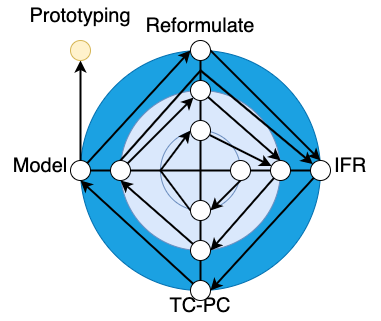
max-talanov/1 keeps this draw.io diagram as AI_Neurotechnologies_bla_bla_bla_course/Innovation_methodology-2_spiral.png. Above is the earlier version. Source tidied: cells renumbered, new cells last; positions are measured from the earlier drawing's top-left corner, leaving out a move shared by most shapes.
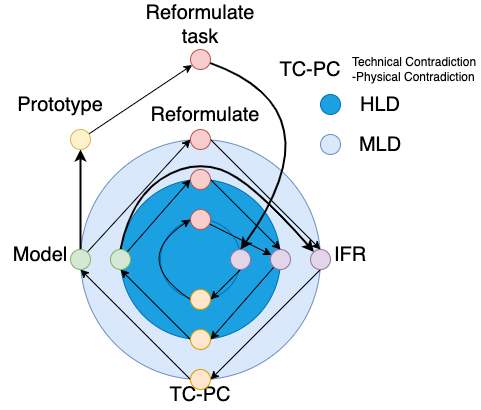
The same diagram one commit later.

Commit message:
corrected 2 spiral and LS

Diff of the diagram source:
```diff
@@ -2,26 +2,15 @@
   <root>
     <mxCell id="0" />
     <mxCell id="1" parent="0" />
-    <mxCell id="2" style="ellipse;whiteSpace=wrap;html=1;fontSize=20;fillColor=#1ba1e2;strokeColor=#006EAF;fontColor=#ffffff;" parent="1" vertex="1">
+    <mxCell id="2" style="ellipse;whiteSpace=wrap;html=1;fontSize=20;fillColor=#dae8fc;strokeColor=#6c8ebf;strokeWidth=1;" parent="1" vertex="1">
       <mxGeometry x="80" y="50" width="240" height="240" as="geometry" />
     </mxCell>
-    <mxCell id="3" style="ellipse;whiteSpace=wrap;html=1;fontSize=20;fillColor=#dae8fc;strokeColor=#6c8ebf;" parent="1" vertex="1">
+    <mxCell id="3" style="ellipse;whiteSpace=wrap;html=1;fontSize=20;fillColor=#1ba1e2;strokeColor=#006EAF;fontColor=#ffffff;" parent="1" vertex="1">
       <mxGeometry x="120" y="90" width="160" height="160" as="geometry" />
     </mxCell>
-    <mxCell id="4" style="ellipse;whiteSpace=wrap;html=1;fontSize=20;fillColor=#dae8fc;strokeColor=#6c8ebf;" parent="1" vertex="1">
+    <mxCell id="4" style="ellipse;whiteSpace=wrap;html=1;fontSize=20;fillColor=#1ba1e2;strokeColor=#006EAF;fontColor=#ffffff;" parent="1" vertex="1">
       <mxGeometry x="160" y="130" width="80" height="80" as="geometry" />
     </mxCell>
-    <mxCell id="5" style="endArrow=none;html=1;rounded=0;strokeWidth=2;startArrow=none;" parent="1" edge="1" source="22">
-      <mxGeometry relative="1" as="geometry">
-        <mxPoint x="320" y="170" as="targetPoint" />
-      </mxGeometry>
-    </mxCell>
-    <mxCell id="6" style="endArrow=none;html=1;rounded=0;strokeWidth=2;" parent="1" edge="1">
-      <mxGeometry relative="1" as="geometry">
-        <mxPoint x="200" y="50" as="sourcePoint" />
-        <mxPoint x="200" y="290" as="targetPoint" />
-      </mxGeometry>
-    </mxCell>
     <mxCell id="7" value="IFR" style="text;html=1;strokeColor=none;fillColor=none;align=center;verticalAlign=middle;whiteSpace=wrap;rounded=0;fontSize=20;" parent="1" vertex="1">
       <mxGeometry x="320" y="150" width="60" height="30" as="geometry" />
     </mxCell>
@@ -32,98 +21,132 @@
       <mxGeometry y="150" width="80" height="30" as="geometry" />
     </mxCell>
     <mxCell id="10" value="Reformulate" style="text;html=1;strokeColor=none;fillColor=none;align=center;verticalAlign=middle;whiteSpace=wrap;rounded=0;fontSize=20;" parent="1" vertex="1">
-      <mxGeometry x="160" y="10" width="80" height="30" as="geometry" />
+      <mxGeometry x="150" y="10" width="110" height="30" as="geometry" />
     </mxCell>
-    <mxCell id="11" style="edgeStyle=none;rounded=0;jettySize=auto;html=1;fontSize=20;endArrow=classic;endFill=1;strokeWidth=2;entryX=1;entryY=0.5;entryDx=0;entryDy=0;exitX=0.5;exitY=1;exitDx=0;exitDy=0;" parent="1" edge="1" source="12" target="15">
+    <mxCell id="11" style="edgeStyle=none;rounded=0;jettySize=auto;html=1;fontSize=20;endArrow=classic;endFill=1;strokeWidth=1;entryX=1;entryY=0.5;entryDx=0;entryDy=0;exitX=0.5;exitY=1;exitDx=0;exitDy=0;" parent="1" edge="1" source="12" target="15">
       <mxGeometry relative="1" as="geometry" />
     </mxCell>
-    <mxCell id="12" style="ellipse;whiteSpace=wrap;html=1;fontSize=20;" parent="1" vertex="1">
+    <mxCell id="12" style="ellipse;whiteSpace=wrap;html=1;fontSize=20;fillColor=#e1d5e7;strokeColor=#9673a6;" parent="1" vertex="1">
       <mxGeometry x="230" y="160" width="20" height="20" as="geometry" />
     </mxCell>
-    <mxCell id="13" style="edgeStyle=none;rounded=0;jettySize=auto;html=1;fontSize=20;endArrow=classic;endFill=1;strokeWidth=2;" parent="1" edge="1" source="26" target="17">
+    <mxCell id="13" style="edgeStyle=none;rounded=0;jettySize=auto;html=1;fontSize=20;endArrow=classic;endFill=1;strokeWidth=1;" parent="1" edge="1" source="26" target="17">
       <mxGeometry relative="1" as="geometry" />
     </mxCell>
-    <mxCell id="14" style="edgeStyle=none;rounded=0;jettySize=auto;html=1;entryX=0;entryY=0.5;entryDx=0;entryDy=0;fontSize=20;endArrow=classic;endFill=1;strokeWidth=2;exitX=0;exitY=0.5;exitDx=0;exitDy=0;" parent="1" edge="1" source="15" target="26">
+    <mxCell id="14" style="edgeStyle=none;jettySize=auto;html=1;entryX=0;entryY=0.5;entryDx=0;entryDy=0;fontSize=20;endArrow=classic;endFill=1;strokeWidth=1;exitX=0;exitY=0.5;exitDx=0;exitDy=0;curved=1;" parent="1" edge="1" source="15" target="26">
       <mxGeometry relative="1" as="geometry">
         <Array as="points">
-          <mxPoint x="160" y="170" />
+          <mxPoint x="130" y="170" />
         </Array>
       </mxGeometry>
     </mxCell>
-    <mxCell id="15" style="ellipse;whiteSpace=wrap;html=1;fontSize=20;" parent="1" vertex="1">
+    <mxCell id="15" style="ellipse;whiteSpace=wrap;html=1;fontSize=20;fillColor=#ffe6cc;strokeColor=#d79b00;" parent="1" vertex="1">
       <mxGeometry x="190" y="200" width="20" height="20" as="geometry" />
     </mxCell>
-    <mxCell id="16" style="edgeStyle=none;rounded=0;jettySize=auto;html=1;fontSize=20;endArrow=classic;endFill=1;strokeWidth=2;entryX=1;entryY=0.5;entryDx=0;entryDy=0;" parent="1" edge="1" source="17" target="19">
+    <mxCell id="16" style="edgeStyle=none;rounded=0;jettySize=auto;html=1;fontSize=20;endArrow=classic;endFill=1;strokeWidth=1;entryX=1;entryY=0.5;entryDx=0;entryDy=0;" parent="1" edge="1" source="17" target="19">
       <mxGeometry relative="1" as="geometry" />
     </mxCell>
-    <mxCell id="17" style="ellipse;whiteSpace=wrap;html=1;fontSize=20;" parent="1" vertex="1">
+    <mxCell id="17" style="ellipse;whiteSpace=wrap;html=1;fontSize=20;fillColor=#e1d5e7;strokeColor=#9673a6;" parent="1" vertex="1">
       <mxGeometry x="270" y="160" width="20" height="20" as="geometry" />
     </mxCell>
-    <mxCell id="18" style="edgeStyle=none;rounded=0;jettySize=auto;html=1;fontSize=20;endArrow=classic;endFill=1;strokeWidth=2;entryX=0.5;entryY=1;entryDx=0;entryDy=0;" parent="1" edge="1" source="19" target="22">
+    <mxCell id="18" style="edgeStyle=none;rounded=0;jettySize=auto;html=1;fontSize=20;endArrow=classic;endFill=1;strokeWidth=1;entryX=0.5;entryY=1;entryDx=0;entryDy=0;exitX=0;exitY=0.5;exitDx=0;exitDy=0;" parent="1" edge="1" source="19" target="22">
       <mxGeometry relative="1" as="geometry" />
     </mxCell>
-    <mxCell id="19" style="ellipse;whiteSpace=wrap;html=1;fontSize=20;" parent="1" vertex="1">
+    <mxCell id="19" style="ellipse;whiteSpace=wrap;html=1;fontSize=20;fillColor=#ffe6cc;strokeColor=#d79b00;" parent="1" vertex="1">
       <mxGeometry x="190" y="240" width="20" height="20" as="geometry" />
     </mxCell>
-    <mxCell id="20" style="edgeStyle=none;rounded=0;jettySize=auto;html=1;fontSize=20;endArrow=classic;endFill=1;strokeWidth=2;entryX=0;entryY=1;entryDx=0;entryDy=0;" parent="1" edge="1" source="22" target="25">
+    <mxCell id="20" style="edgeStyle=none;jettySize=auto;html=1;fontSize=20;endArrow=classic;endFill=1;strokeWidth=1;entryX=0;entryY=0.5;entryDx=0;entryDy=0;curved=1;" parent="1" edge="1" source="22" target="25">
       <mxGeometry relative="1" as="geometry" />
     </mxCell>
-    <mxCell id="21" style="edgeStyle=none;rounded=0;jettySize=auto;html=1;fontSize=20;endArrow=classic;endFill=1;strokeWidth=2;exitX=0.5;exitY=0;exitDx=0;exitDy=0;" parent="1" edge="1" source="22" target="28">
+    <mxCell id="21" style="edgeStyle=none;jettySize=auto;html=1;fontSize=20;endArrow=classic;endFill=1;strokeWidth=2;exitX=0.5;exitY=0;exitDx=0;exitDy=0;curved=1;" parent="1" edge="1" source="22" target="28">
       <mxGeometry relative="1" as="geometry">
         <Array as="points">
-          <mxPoint x="200" y="70" />
+          <mxPoint x="130" y="110" />
+          <mxPoint x="190" y="70" />
+          <mxPoint x="250" y="90" />
         </Array>
       </mxGeometry>
     </mxCell>
-    <mxCell id="22" style="ellipse;whiteSpace=wrap;html=1;fontSize=20;" parent="1" vertex="1">
+    <mxCell id="22" style="ellipse;whiteSpace=wrap;html=1;fontSize=20;fillColor=#d5e8d4;strokeColor=#82b366;" parent="1" vertex="1">
       <mxGeometry x="110" y="160" width="20" height="20" as="geometry" />
     </mxCell>
-    <mxCell id="23" style="endArrow=none;html=1;rounded=0;strokeWidth=2;" parent="1" edge="1" target="22">
-      <mxGeometry relative="1" as="geometry">
-        <mxPoint x="80" y="170" as="sourcePoint" />
-      </mxGeometry>
-    </mxCell>
-    <mxCell id="24" style="edgeStyle=none;rounded=0;jettySize=auto;html=1;fontSize=20;endArrow=classic;endFill=1;strokeWidth=2;entryX=0.5;entryY=0;entryDx=0;entryDy=0;" parent="1" edge="1" source="25" target="17">
+    <mxCell id="24" style="edgeStyle=none;jettySize=auto;html=1;fontSize=20;endArrow=classic;endFill=1;strokeWidth=1;entryX=0.5;entryY=0;entryDx=0;entryDy=0;curved=1;exitX=1;exitY=0.5;exitDx=0;exitDy=0;" parent="1" edge="1" source="25" target="17">
       <mxGeometry relative="1" as="geometry" />
     </mxCell>
-    <mxCell id="25" style="ellipse;whiteSpace=wrap;html=1;fontSize=20;" parent="1" vertex="1">
+    <mxCell id="25" style="ellipse;whiteSpace=wrap;html=1;fontSize=20;fillColor=#f8cecc;strokeColor=#b85450;" parent="1" vertex="1">
       <mxGeometry x="190" y="80" width="20" height="20" as="geometry" />
     </mxCell>
-    <mxCell id="26" style="ellipse;whiteSpace=wrap;html=1;fontSize=20;" parent="1" vertex="1">
+    <mxCell id="26" style="ellipse;whiteSpace=wrap;html=1;fontSize=20;fillColor=#f8cecc;strokeColor=#b85450;" parent="1" vertex="1">
       <mxGeometry x="190" y="120" width="20" height="20" as="geometry" />
     </mxCell>
-    <mxCell id="27" style="edgeStyle=none;rounded=0;jettySize=auto;html=1;fontSize=20;endArrow=classic;endFill=1;strokeWidth=2;entryX=1;entryY=0.5;entryDx=0;entryDy=0;" parent="1" edge="1" source="28" target="30">
+    <mxCell id="27" style="edgeStyle=none;rounded=0;jettySize=auto;html=1;fontSize=20;endArrow=classic;endFill=1;strokeWidth=1;entryX=1;entryY=0.5;entryDx=0;entryDy=0;exitX=0.5;exitY=1;exitDx=0;exitDy=0;" parent="1" edge="1" source="28" target="30">
       <mxGeometry relative="1" as="geometry" />
     </mxCell>
-    <mxCell id="28" style="ellipse;whiteSpace=wrap;html=1;fontSize=20;" parent="1" vertex="1">
+    <mxCell id="28" style="ellipse;whiteSpace=wrap;html=1;fontSize=20;fillColor=#e1d5e7;strokeColor=#9673a6;" parent="1" vertex="1">
       <mxGeometry x="310" y="160" width="20" height="20" as="geometry" />
     </mxCell>
-    <mxCell id="29" style="edgeStyle=none;rounded=0;jettySize=auto;html=1;fontSize=20;endArrow=classic;endFill=1;strokeWidth=2;entryX=0.5;entryY=1;entryDx=0;entryDy=0;" parent="1" edge="1" source="30" target="33">
+    <mxCell id="29" style="edgeStyle=none;rounded=0;jettySize=auto;html=1;fontSize=20;endArrow=classic;endFill=1;strokeWidth=1;entryX=0.5;entryY=1;entryDx=0;entryDy=0;exitX=0;exitY=0.5;exitDx=0;exitDy=0;" parent="1" edge="1" source="30" target="33">
       <mxGeometry relative="1" as="geometry" />
     </mxCell>
-    <mxCell id="30" style="ellipse;whiteSpace=wrap;html=1;fontSize=20;" parent="1" vertex="1">
+    <mxCell id="30" style="ellipse;whiteSpace=wrap;html=1;fontSize=20;fillColor=#ffe6cc;strokeColor=#d79b00;" parent="1" vertex="1">
       <mxGeometry x="190" y="280" width="20" height="20" as="geometry" />
     </mxCell>
-    <mxCell id="31" style="edgeStyle=none;rounded=0;jettySize=auto;html=1;fontSize=20;endArrow=classic;endFill=1;strokeWidth=2;" parent="1" edge="1" source="33" target="34">
+    <mxCell id="31" style="jettySize=auto;html=1;fontSize=20;endArrow=classic;endFill=1;strokeWidth=2;curved=1;" parent="1" edge="1" source="33" target="34">
       <mxGeometry relative="1" as="geometry" />
     </mxCell>
-    <mxCell id="32" style="edgeStyle=none;rounded=0;jettySize=auto;html=1;fontSize=20;endArrow=classic;endFill=1;strokeWidth=2;entryX=0;entryY=0.5;entryDx=0;entryDy=0;" parent="1" edge="1" source="33" target="37">
+    <mxCell id="32" style="edgeStyle=none;jettySize=auto;html=1;fontSize=20;endArrow=classic;endFill=1;strokeWidth=1;entryX=0;entryY=0.5;entryDx=0;entryDy=0;curved=1;" parent="1" edge="1" source="33" target="37">
       <mxGeometry relative="1" as="geometry" />
     </mxCell>
-    <mxCell id="33" style="ellipse;whiteSpace=wrap;html=1;fontSize=20;" parent="1" vertex="1">
+    <mxCell id="33" style="ellipse;whiteSpace=wrap;html=1;fontSize=20;fillColor=#d5e8d4;strokeColor=#82b366;" parent="1" vertex="1">
       <mxGeometry x="70" y="160" width="20" height="20" as="geometry" />
     </mxCell>
+    <mxCell id="38" style="jettySize=auto;html=1;curved=1;" parent="1" edge="1" source="34" target="40">
+      <mxGeometry relative="1" as="geometry" />
+    </mxCell>
     <mxCell id="34" style="ellipse;whiteSpace=wrap;html=1;fontSize=20;fillColor=#fff2cc;strokeColor=#d6b656;" parent="1" vertex="1">
       <mxGeometry x="70" y="40" width="20" height="20" as="geometry" />
     </mxCell>
-    <mxCell id="35" value="Prototyping" style="text;html=1;strokeColor=none;fillColor=none;align=center;verticalAlign=middle;whiteSpace=wrap;rounded=0;fontSize=20;" parent="1" vertex="1">
-      <mxGeometry x="40" width="80" height="30" as="geometry" />
+    <mxCell id="35" value="Prototype" style="text;html=1;strokeColor=none;fillColor=none;align=center;verticalAlign=middle;whiteSpace=wrap;rounded=0;fontSize=20;" parent="1" vertex="1">
+      <mxGeometry x="20" width="80" height="30" as="geometry" />
     </mxCell>
-    <mxCell id="36" style="edgeStyle=none;rounded=0;jettySize=auto;html=1;entryX=0.5;entryY=0;entryDx=0;entryDy=0;fontSize=20;endArrow=classic;endFill=1;strokeWidth=2;exitX=1;exitY=0.5;exitDx=0;exitDy=0;" parent="1" edge="1" source="37" target="28">
+    <mxCell id="36" style="edgeStyle=none;rounded=0;jettySize=auto;html=1;entryX=0.5;entryY=0;entryDx=0;entryDy=0;fontSize=20;endArrow=classic;endFill=1;strokeWidth=1;exitX=1;exitY=0.5;exitDx=0;exitDy=0;" parent="1" edge="1" source="37" target="28">
       <mxGeometry relative="1" as="geometry" />
     </mxCell>
-    <mxCell id="37" style="ellipse;whiteSpace=wrap;html=1;fontSize=20;" parent="1" vertex="1">
+    <mxCell id="37" style="ellipse;whiteSpace=wrap;html=1;fontSize=20;fillColor=#f8cecc;strokeColor=#b85450;" parent="1" vertex="1">
       <mxGeometry x="190" y="40" width="20" height="20" as="geometry" />
     </mxCell>
+    <mxCell id="39" style="edgeStyle=none;jettySize=auto;html=1;entryX=0.5;entryY=0;entryDx=0;entryDy=0;curved=1;strokeWidth=2;" parent="1" edge="1" source="40" target="12">
+      <mxGeometry relative="1" as="geometry">
+        <Array as="points">
+          <mxPoint x="340" y="20" />
+        </Array>
+      </mxGeometry>
+    </mxCell>
+    <mxCell id="40" style="ellipse;whiteSpace=wrap;html=1;fontSize=20;fillColor=#f8cecc;strokeColor=#b85450;" parent="1" vertex="1">
+      <mxGeometry x="190" y="-40" width="20" height="20" as="geometry" />
+    </mxCell>
+    <mxCell id="41" value="Reformulate task" style="text;html=1;strokeColor=none;fillColor=none;align=center;verticalAlign=middle;whiteSpace=wrap;rounded=0;fontSize=20;" parent="1" vertex="1">
+      <mxGeometry x="160" y="-80" width="80" height="30" as="geometry" />
+    </mxCell>
+    <mxCell id="42" style="ellipse;whiteSpace=wrap;html=1;fontSize=20;fillColor=#1ba1e2;strokeColor=#006EAF;fontColor=#ffffff;" parent="1" vertex="1">
+      <mxGeometry x="320" y="5" width="20" height="20" as="geometry" />
+    </mxCell>
+    <mxCell id="43" style="ellipse;whiteSpace=wrap;html=1;fontSize=20;fillColor=#dae8fc;strokeColor=#6c8ebf;strokeWidth=1;" parent="1" vertex="1">
+      <mxGeometry x="320" y="45" width="20" height="20" as="geometry" />
+    </mxCell>
+    <mxCell id="44" value="HLD" style="text;html=1;strokeColor=none;fillColor=none;align=center;verticalAlign=middle;whiteSpace=wrap;rounded=0;fontSize=20;" parent="1" vertex="1">
+      <mxGeometry x="350" width="60" height="30" as="geometry" />
+    </mxCell>
+    <mxCell id="45" value="MLD" style="text;html=1;strokeColor=none;fillColor=none;align=center;verticalAlign=middle;whiteSpace=wrap;rounded=0;fontSize=20;" parent="1" vertex="1">
+      <mxGeometry x="350" y="40" width="60" height="30" as="geometry" />
+    </mxCell>
+    <mxCell id="46" style="edgeStyle=none;curved=1;orthogonalLoop=1;jettySize=auto;html=1;entryX=1;entryY=0.5;entryDx=0;entryDy=0;strokeWidth=2;" parent="1" edge="1" source="44" target="44">
+      <mxGeometry relative="1" as="geometry" />
+    </mxCell>
+    <mxCell id="47" value="TC-PC" style="text;html=1;strokeColor=none;fillColor=none;align=center;verticalAlign=middle;whiteSpace=wrap;rounded=0;fontSize=20;" parent="1" vertex="1">
+      <mxGeometry x="270" y="-35" width="80" height="30" as="geometry" />
+    </mxCell>
+    <mxCell id="48" value="Technical Contradiction -Physical Contradiction" style="text;html=1;strokeColor=none;fillColor=none;align=left;verticalAlign=middle;whiteSpace=wrap;rounded=0;fontSize=12;" parent="1" vertex="1">
+      <mxGeometry x="350" y="-40" width="130" height="40" as="geometry" />
+    </mxCell>
   </root>
 </mxGraphModel>
```
